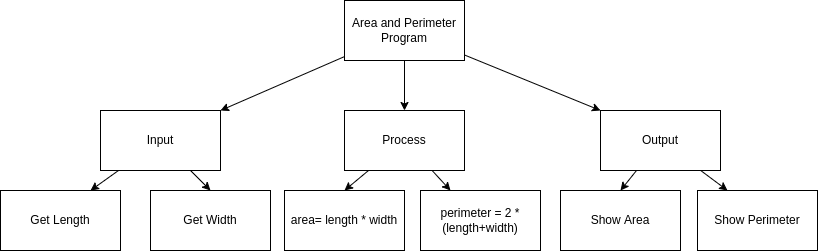
Above: design.png in michael-clermont1/ICS3U-Unit2-02-Python (draw.io), before the change. Source tidied: cells renumbered, new cells last; positions are measured from the earlier drawing's top-left corner, leaving out a move shared by most shapes. Its diagram source:
```xml
<mxGraphModel>
  <root>
    <mxCell id="0" />
    <mxCell id="1" parent="0" />
    <mxCell id="2" style="edgeStyle=none;html=1;entryX=0.5;entryY=0;entryDx=0;entryDy=0;" parent="1" edge="1" source="5" target="8">
      <mxGeometry relative="1" as="geometry" />
    </mxCell>
    <mxCell id="3" style="edgeStyle=none;html=1;entryX=1;entryY=0;entryDx=0;entryDy=0;" parent="1" edge="1" source="5" target="14">
      <mxGeometry relative="1" as="geometry" />
    </mxCell>
    <mxCell id="4" style="edgeStyle=none;html=1;entryX=0;entryY=0;entryDx=0;entryDy=0;" parent="1" edge="1" source="5" target="11">
      <mxGeometry relative="1" as="geometry" />
    </mxCell>
    <mxCell id="5" value="Area and Perimeter Program" style="rounded=0;whiteSpace=wrap;html=1;" parent="1" vertex="1">
      <mxGeometry x="344" width="120" height="60" as="geometry" />
    </mxCell>
    <mxCell id="6" style="edgeStyle=none;html=1;entryX=0.5;entryY=0;entryDx=0;entryDy=0;" parent="1" edge="1" source="8" target="17">
      <mxGeometry relative="1" as="geometry" />
    </mxCell>
    <mxCell id="7" style="edgeStyle=none;html=1;entryX=0.25;entryY=0;entryDx=0;entryDy=0;" parent="1" edge="1" source="8" target="18">
      <mxGeometry relative="1" as="geometry" />
    </mxCell>
    <mxCell id="8" value="Process" style="rounded=0;whiteSpace=wrap;html=1;" parent="1" vertex="1">
      <mxGeometry x="344" y="110" width="120" height="60" as="geometry" />
    </mxCell>
    <mxCell id="9" style="edgeStyle=none;html=1;entryX=0.5;entryY=0;entryDx=0;entryDy=0;" parent="1" edge="1" source="11" target="19">
      <mxGeometry relative="1" as="geometry" />
    </mxCell>
    <mxCell id="10" style="edgeStyle=none;html=1;entryX=0.25;entryY=0;entryDx=0;entryDy=0;" parent="1" edge="1" source="11" target="20">
      <mxGeometry relative="1" as="geometry" />
    </mxCell>
    <mxCell id="11" value="Output" style="rounded=0;whiteSpace=wrap;html=1;" parent="1" vertex="1">
      <mxGeometry x="600" y="110" width="120" height="60" as="geometry" />
    </mxCell>
    <mxCell id="12" style="edgeStyle=none;html=1;entryX=0.75;entryY=0;entryDx=0;entryDy=0;" parent="1" edge="1" source="14" target="15">
      <mxGeometry relative="1" as="geometry" />
    </mxCell>
    <mxCell id="13" style="edgeStyle=none;html=1;entryX=0.5;entryY=0;entryDx=0;entryDy=0;" parent="1" edge="1" source="14" target="16">
      <mxGeometry relative="1" as="geometry" />
    </mxCell>
    <mxCell id="14" value="Input" style="rounded=0;whiteSpace=wrap;html=1;" parent="1" vertex="1">
      <mxGeometry x="100" y="110" width="120" height="60" as="geometry" />
    </mxCell>
    <mxCell id="15" value="Get Length" style="rounded=0;whiteSpace=wrap;html=1;" parent="1" vertex="1">
      <mxGeometry y="190" width="120" height="60" as="geometry" />
    </mxCell>
    <mxCell id="16" value="Get Width" style="rounded=0;whiteSpace=wrap;html=1;" parent="1" vertex="1">
      <mxGeometry x="150" y="190" width="120" height="60" as="geometry" />
    </mxCell>
    <mxCell id="17" value="area= length * width" style="rounded=0;whiteSpace=wrap;html=1;" parent="1" vertex="1">
      <mxGeometry x="284" y="190" width="120" height="60" as="geometry" />
    </mxCell>
    <mxCell id="18" value="perimeter = 2 * (length+width)" style="rounded=0;whiteSpace=wrap;html=1;" parent="1" vertex="1">
      <mxGeometry x="420" y="190" width="120" height="60" as="geometry" />
    </mxCell>
    <mxCell id="19" value="Show Area" style="rounded=0;whiteSpace=wrap;html=1;" parent="1" vertex="1">
      <mxGeometry x="560" y="190" width="120" height="60" as="geometry" />
    </mxCell>
    <mxCell id="20" value="Show Perimeter" style="rounded=0;whiteSpace=wrap;html=1;" parent="1" vertex="1">
      <mxGeometry x="697" y="190" width="120" height="60" as="geometry" />
    </mxCell>
  </root>
</mxGraphModel>
```
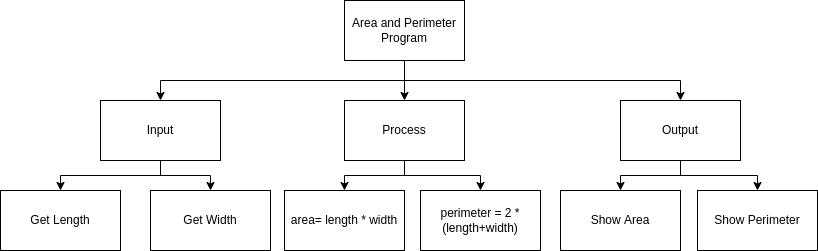
The same file after the commit.

Change to the diagram source:
```diff
@@ -2,44 +2,59 @@
   <root>
     <mxCell id="0" />
     <mxCell id="1" parent="0" />
-    <mxCell id="2" style="edgeStyle=none;html=1;entryX=0.5;entryY=0;entryDx=0;entryDy=0;" parent="1" edge="1" source="5" target="8">
+    <mxCell id="2" style="edgeStyle=orthogonalEdgeStyle;html=1;entryX=0.5;entryY=0;entryDx=0;entryDy=0;rounded=0;" parent="1" edge="1" source="5" target="8">
       <mxGeometry relative="1" as="geometry" />
     </mxCell>
-    <mxCell id="3" style="edgeStyle=none;html=1;entryX=1;entryY=0;entryDx=0;entryDy=0;" parent="1" edge="1" source="5" target="14">
-      <mxGeometry relative="1" as="geometry" />
+    <mxCell id="3" style="edgeStyle=orthogonalEdgeStyle;shape=connector;rounded=0;html=1;entryX=0.5;entryY=0;entryDx=0;entryDy=0;labelBackgroundColor=default;fontFamily=Helvetica;fontSize=11;fontColor=default;endArrow=classic;strokeColor=default;" parent="1" edge="1" source="5" target="14">
+      <mxGeometry relative="1" as="geometry">
+        <Array as="points">
+          <mxPoint x="404" y="80" />
+          <mxPoint x="160" y="80" />
+        </Array>
+      </mxGeometry>
     </mxCell>
-    <mxCell id="4" style="edgeStyle=none;html=1;entryX=0;entryY=0;entryDx=0;entryDy=0;" parent="1" edge="1" source="5" target="11">
-      <mxGeometry relative="1" as="geometry" />
+    <mxCell id="4" style="edgeStyle=orthogonalEdgeStyle;shape=connector;rounded=0;html=1;entryX=0.5;entryY=0;entryDx=0;entryDy=0;labelBackgroundColor=default;fontFamily=Helvetica;fontSize=11;fontColor=default;endArrow=classic;strokeColor=default;" parent="1" edge="1" source="5" target="11">
+      <mxGeometry relative="1" as="geometry">
+        <Array as="points">
+          <mxPoint x="404" y="80" />
+          <mxPoint x="680" y="80" />
+        </Array>
+      </mxGeometry>
     </mxCell>
     <mxCell id="5" value="Area and Perimeter Program" style="rounded=0;whiteSpace=wrap;html=1;" parent="1" vertex="1">
       <mxGeometry x="344" width="120" height="60" as="geometry" />
     </mxCell>
-    <mxCell id="6" style="edgeStyle=none;html=1;entryX=0.5;entryY=0;entryDx=0;entryDy=0;" parent="1" edge="1" source="8" target="17">
+    <mxCell id="6" style="edgeStyle=orthogonalEdgeStyle;html=1;entryX=0.5;entryY=0;entryDx=0;entryDy=0;rounded=0;" parent="1" edge="1" source="8" target="17">
       <mxGeometry relative="1" as="geometry" />
     </mxCell>
-    <mxCell id="7" style="edgeStyle=none;html=1;entryX=0.25;entryY=0;entryDx=0;entryDy=0;" parent="1" edge="1" source="8" target="18">
+    <mxCell id="7" style="edgeStyle=orthogonalEdgeStyle;shape=connector;rounded=0;html=1;entryX=0.5;entryY=0;entryDx=0;entryDy=0;labelBackgroundColor=default;fontFamily=Helvetica;fontSize=11;fontColor=default;endArrow=classic;strokeColor=default;" parent="1" edge="1" source="8" target="18">
       <mxGeometry relative="1" as="geometry" />
     </mxCell>
     <mxCell id="8" value="Process" style="rounded=0;whiteSpace=wrap;html=1;" parent="1" vertex="1">
-      <mxGeometry x="344" y="110" width="120" height="60" as="geometry" />
+      <mxGeometry x="344" y="100" width="120" height="60" as="geometry" />
     </mxCell>
+    <mxCell id="10" style="edgeStyle=orthogonalEdgeStyle;shape=connector;rounded=0;html=1;entryX=0.5;entryY=0;entryDx=0;entryDy=0;labelBackgroundColor=default;fontFamily=Helvetica;fontSize=11;fontColor=default;endArrow=classic;strokeColor=default;" parent="1" edge="1" source="11" target="20">
+      <mxGeometry relative="1" as="geometry" />
+    </mxCell>
-    <mxCell id="9" style="edgeStyle=none;html=1;entryX=0.5;entryY=0;entryDx=0;entryDy=0;" parent="1" edge="1" source="11" target="19">
+    <mxCell id="9" style="edgeStyle=orthogonalEdgeStyle;shape=connector;rounded=0;html=1;entryX=0.5;entryY=0;entryDx=0;entryDy=0;labelBackgroundColor=default;fontFamily=Helvetica;fontSize=11;fontColor=default;endArrow=classic;strokeColor=default;" parent="1" edge="1" source="11" target="19">
       <mxGeometry relative="1" as="geometry" />
     </mxCell>
-    <mxCell id="10" style="edgeStyle=none;html=1;entryX=0.25;entryY=0;entryDx=0;entryDy=0;" parent="1" edge="1" source="11" target="20">
-      <mxGeometry relative="1" as="geometry" />
-    </mxCell>
     <mxCell id="11" value="Output" style="rounded=0;whiteSpace=wrap;html=1;" parent="1" vertex="1">
-      <mxGeometry x="600" y="110" width="120" height="60" as="geometry" />
+      <mxGeometry x="620" y="100" width="120" height="60" as="geometry" />
     </mxCell>
+    <mxCell id="13" style="edgeStyle=orthogonalEdgeStyle;html=1;entryX=0.5;entryY=0;entryDx=0;entryDy=0;rounded=0;" parent="1" edge="1" source="14" target="16">
+      <mxGeometry relative="1" as="geometry">
+        <Array as="points">
+          <mxPoint x="160" y="175" />
+          <mxPoint x="210" y="175" />
+        </Array>
+      </mxGeometry>
+    </mxCell>
-    <mxCell id="12" style="edgeStyle=none;html=1;entryX=0.75;entryY=0;entryDx=0;entryDy=0;" parent="1" edge="1" source="14" target="15">
+    <mxCell id="12" style="edgeStyle=orthogonalEdgeStyle;shape=connector;rounded=0;html=1;entryX=0.5;entryY=0;entryDx=0;entryDy=0;labelBackgroundColor=default;fontFamily=Helvetica;fontSize=11;fontColor=default;endArrow=classic;strokeColor=default;" parent="1" edge="1" source="14" target="15">
       <mxGeometry relative="1" as="geometry" />
     </mxCell>
-    <mxCell id="13" style="edgeStyle=none;html=1;entryX=0.5;entryY=0;entryDx=0;entryDy=0;" parent="1" edge="1" source="14" target="16">
-      <mxGeometry relative="1" as="geometry" />
-    </mxCell>
     <mxCell id="14" value="Input" style="rounded=0;whiteSpace=wrap;html=1;" parent="1" vertex="1">
-      <mxGeometry x="100" y="110" width="120" height="60" as="geometry" />
+      <mxGeometry x="100" y="100" width="120" height="60" as="geometry" />
     </mxCell>
     <mxCell id="15" value="Get Length" style="rounded=0;whiteSpace=wrap;html=1;" parent="1" vertex="1">
       <mxGeometry y="190" width="120" height="60" as="geometry" />
```
